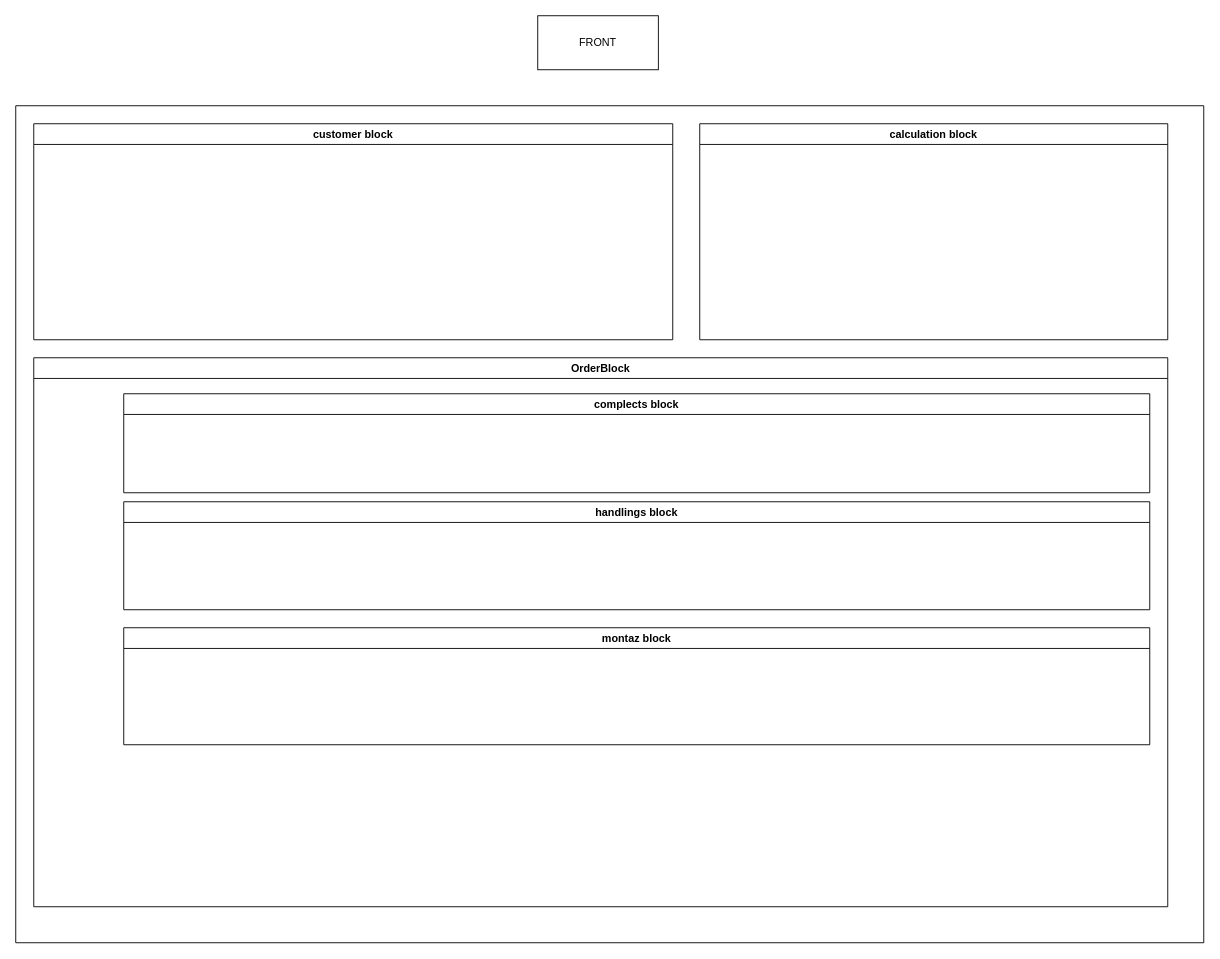
Earlier version of the draw.io diagram page "Page-2" (2 of 3) of Untitled Diagram.drawio (Tirpitztt/Dogs). Source tidied: cells renumbered, new cells numbered last; positions are measured from the earlier drawing's top-left corner, leaving out a move shared by most shapes. Both pictures are drawn from the tidied source at 90%, with x=0, y=0 at pixel (15, 15).
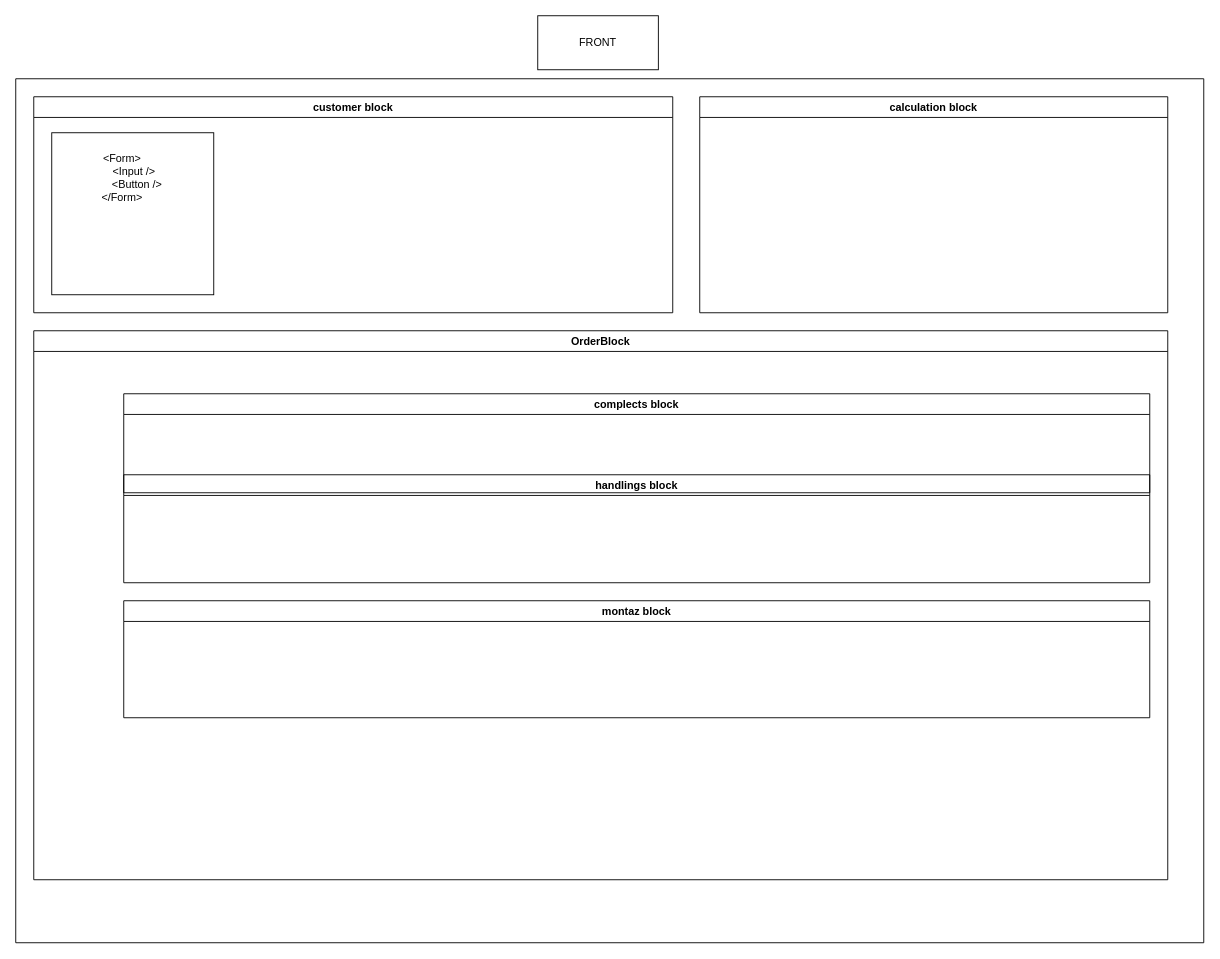
After the change.

Change to the diagram source:
```diff
@@
 <mxGraphModel>
   <root>
     <mxCell id="0" />
     <mxCell id="1" parent="0" />
     <mxCell id="2" value="FRONT" style="rounded=0;whiteSpace=wrap;html=1;" parent="1" vertex="1">
       <mxGeometry x="580" width="134" height="60" as="geometry" />
     </mxCell>
     <mxCell id="3" style="swimlane;startSize=0;" parent="1" vertex="1">
-      <mxGeometry y="100" width="1320" height="930" as="geometry" />
+      <mxGeometry y="70" width="1320" height="960" as="geometry" />
     </mxCell>
     <mxCell id="4" value="customer block" style="swimlane;" parent="3" vertex="1">
       <mxGeometry x="20" y="20" width="710" height="240" as="geometry" />
     </mxCell>
+    <mxCell id="10" style="whiteSpace=wrap;html=1;" parent="4" vertex="1">
+      <mxGeometry x="20" y="40" width="180" height="180" as="geometry" />
+    </mxCell>
+    <mxCell id="11" value="&amp;lt;Form&amp;gt;&amp;nbsp; &amp;nbsp; &amp;nbsp; &amp;nbsp;&lt;br&gt;&amp;nbsp;&amp;lt;Input /&amp;gt;&lt;br&gt;&amp;nbsp; &amp;nbsp;&amp;lt;Button /&amp;gt;&lt;br&gt;&amp;lt;/Form&amp;gt;&amp;nbsp; &amp;nbsp; &amp;nbsp; &amp;nbsp;" style="text;html=1;strokeColor=none;fillColor=none;align=center;verticalAlign=middle;whiteSpace=wrap;rounded=0;" parent="4" vertex="1">
+      <mxGeometry x="30" y="50" width="160" height="80" as="geometry" />
+    </mxCell>
     <mxCell id="5" value="OrderBlock" style="swimlane;" parent="3" vertex="1">
       <mxGeometry x="20" y="280" width="1260" height="610" as="geometry" />
     </mxCell>
     <mxCell id="6" value="handlings block" style="swimlane;" parent="5" vertex="1">
       <mxGeometry x="100" y="160" width="1140" height="120" as="geometry" />
     </mxCell>
     <mxCell id="7" value="montaz block" style="swimlane;" parent="5" vertex="1">
       <mxGeometry x="100" y="300" width="1140" height="130" as="geometry" />
     </mxCell>
     <mxCell id="8" value="calculation block" style="swimlane;" parent="3" vertex="1">
       <mxGeometry x="760" y="20" width="520" height="240" as="geometry" />
     </mxCell>
     <mxCell id="9" value="complects block" style="swimlane;" parent="1" vertex="1">
       <mxGeometry x="120" y="420" width="1140" height="110" as="geometry" />
     </mxCell>
   </root>
 </mxGraphModel>
```
